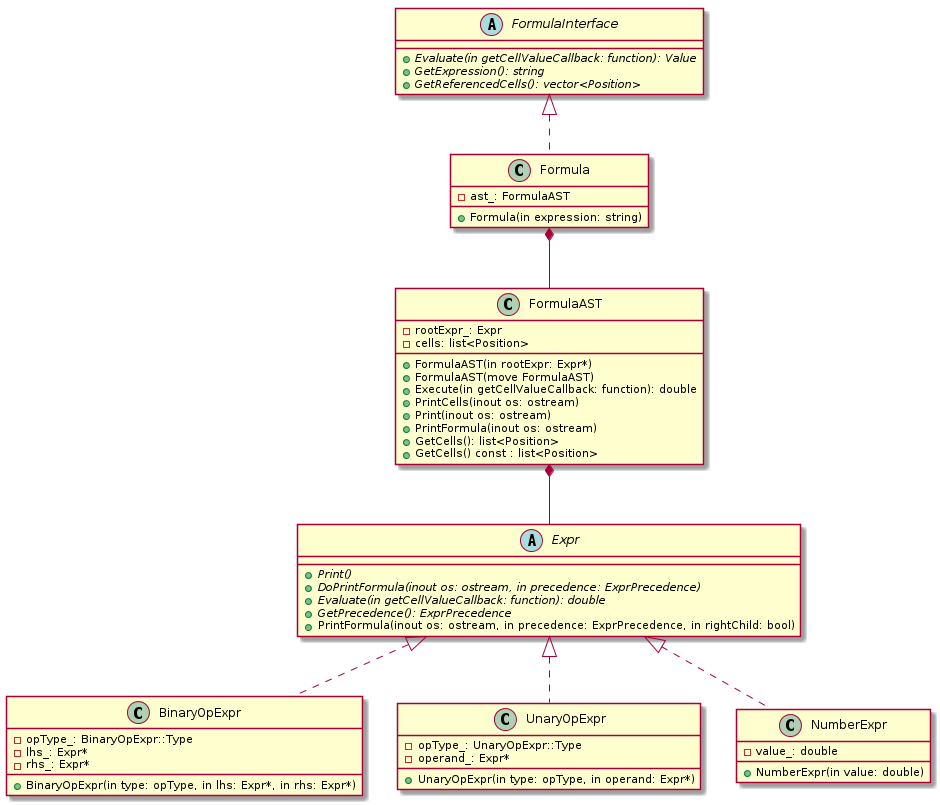
The PlantUML diagram uml/png/formula.png in kazarynau/YandexPraktikumFinal, before a commit.
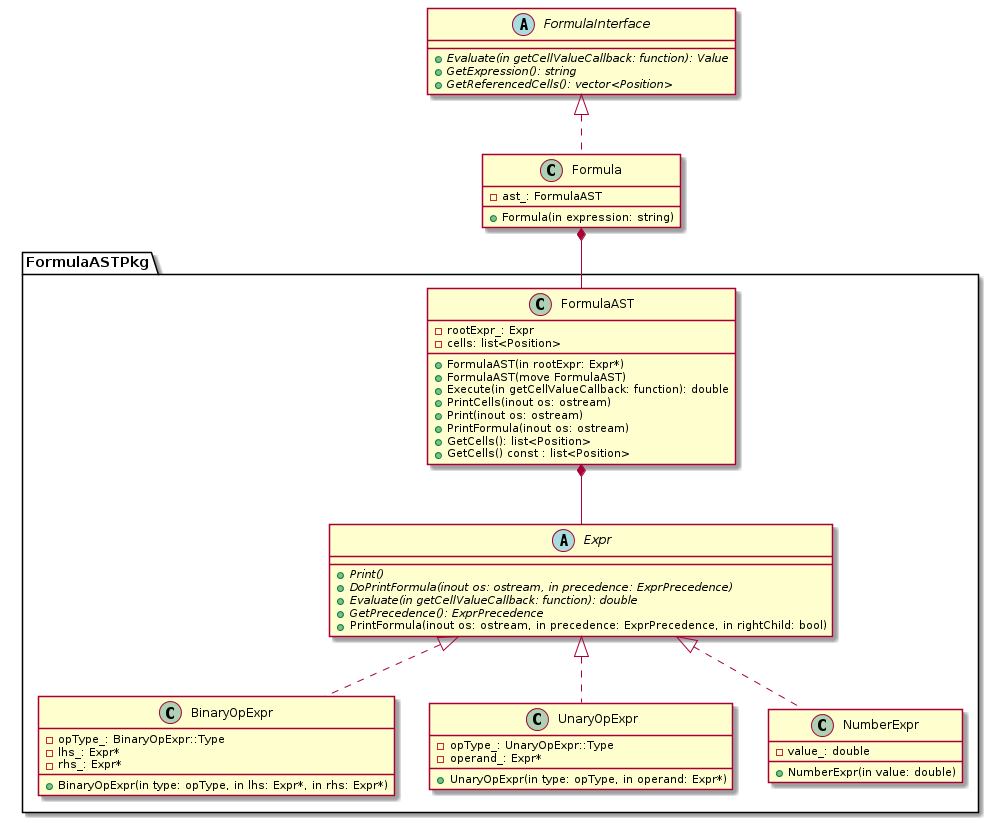
The same file after the commit.

What changed in the source:
```diff
@@ -1,4 +1,6 @@
 @startuml
+
+package FormulaASTPkg {
 
 abstract class Expr {
     +{abstract} Print()
@@ -46,6 +48,7 @@
 
 FormulaAST *-r- Expr
 
+}
 
 abstract class FormulaInterface {
     +{abstract} Evaluate(in getCellValueCallback: function): Value
```
